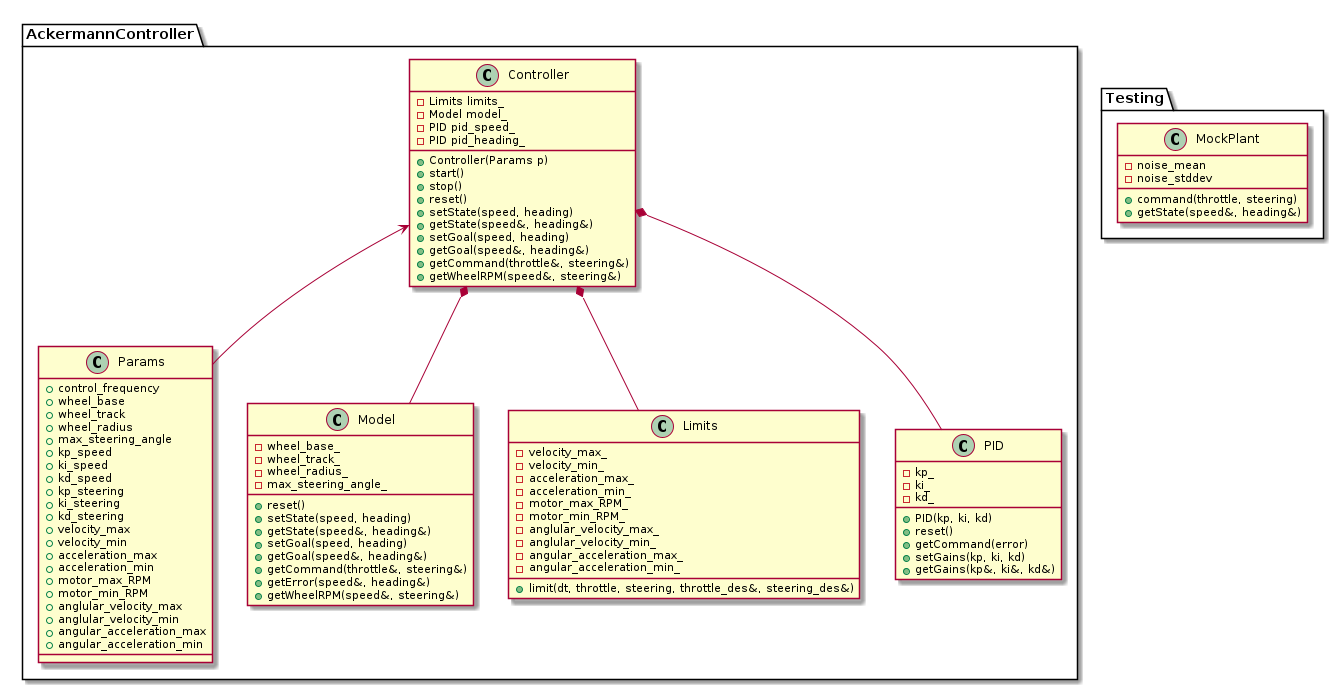
danielmohansahu/ackermann-controller keeps this PlantUML diagram as docs/uml/class_diagram.png. Above is the earlier version.
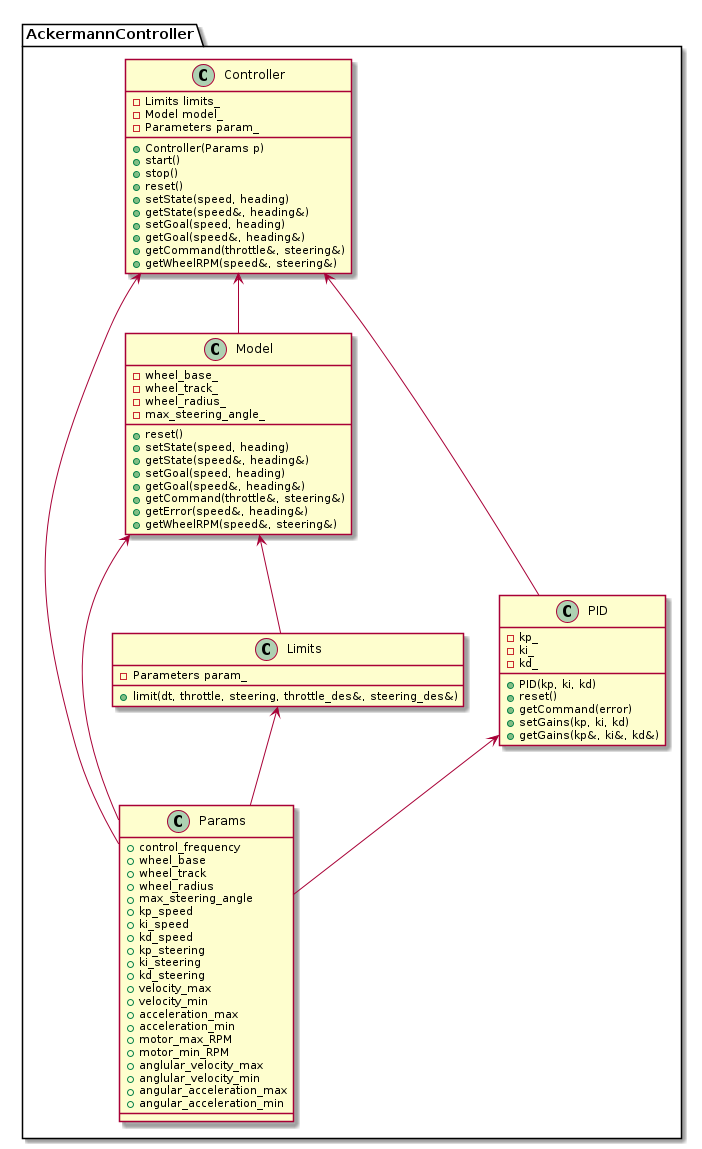
After the commit.

Commit message:
[Task 2.8] Updated UML diagrams to reflect code to be developed.

Change to the diagram source:
```diff
@@ -39,8 +39,7 @@
    + getWheelRPM(speed&, steering&)
    - Limits limits_
    - Model model_
-   - PID pid_speed_
-   - PID pid_heading_
+   - Parameters param_
   }
 
   class Model {
@@ -60,16 +59,7 @@
 
   class Limits {
    + limit(dt, throttle, steering, throttle_des&, steering_des&)
-   - velocity_max_
-   - velocity_min_
-   - acceleration_max_
-   - acceleration_min_
-   - motor_max_RPM_
-   - motor_min_RPM_
-   - anglular_velocity_max_
-   - anglular_velocity_min_
-   - angular_acceleration_max_
-   - angular_acceleration_min_
+   - Parameters param_
   }
 
   class PID {
@@ -83,20 +73,14 @@
     - kd_
   }
 
-  Controller *-- Limits
-  Controller *-- Model
-  Controller *-- PID
+
+  Model <-- Limits
+  Controller <-- Model
+  Controller <-- PID
   Controller <-- Params
-}
-
-package Testing {
-
-  class MockPlant {
-   + command(throttle, steering)
-   + getState(speed&, heading&)
-   - noise_mean
-   - noise_stddev
-  }
+  PID <-- Params
+  Limits <-- Params
+  Model <-- Params
 }
 
 @enduml
```
